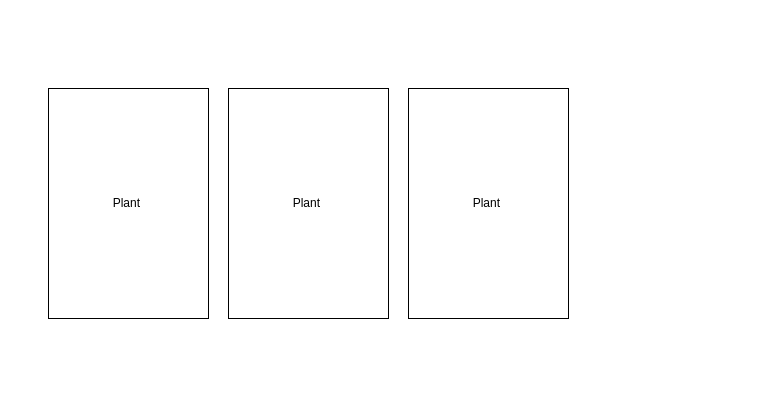
Earlier version of the draw.io diagram 03Documentations/Manuscript/objects_class.drawio (frank0434/Master). Source tidied: cells renumbered, new cells numbered last; positions are measured from the earlier drawing's top-left corner, leaving out a move shared by most shapes. Both pictures are drawn from the tidied source at 100%, with x=0, y=0 at pixel (48, 88).
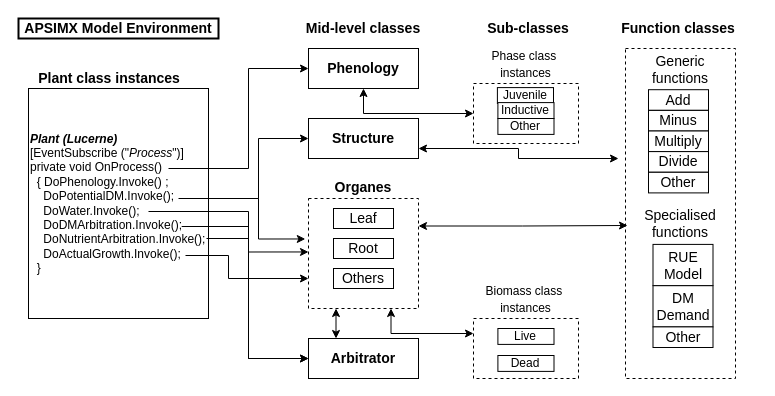
The same page after the edit.

Diff of the diagram source:
```diff
@@
+    <mxCell id="5" style="group;" parent="1" vertex="1">
+      <mxGeometry x="-30" y="-70" width="740" height="360" as="geometry" />
+    </mxCell>
-    <mxCell id="2" value="Plant&amp;nbsp;" style="rounded=0;whiteSpace=wrap;html=1;" parent="1" vertex="1">
-      <mxGeometry width="160" height="230" as="geometry" />
+    <mxCell id="2" value="&lt;div&gt;&lt;span&gt;&lt;i&gt;&lt;b&gt;Plant (Lucerne)&lt;/b&gt;&lt;/i&gt;&lt;/span&gt;&lt;/div&gt;&lt;div&gt;&lt;span&gt;[EventSubscribe (&quot;&lt;/span&gt;&lt;i&gt;Process&lt;/i&gt;&lt;span&gt;&quot;)]&lt;/span&gt;&lt;/div&gt;&lt;div&gt;&lt;span&gt;private void OnProcess()&lt;/span&gt;&lt;/div&gt;&lt;div&gt;&lt;span&gt;&amp;nbsp; { DoPhenology.Invoke() ;&lt;/span&gt;&lt;/div&gt;&lt;div&gt;&lt;span&gt;&lt;span&gt;&amp;nbsp; &amp;nbsp; DoPotentialDM.Invoke();&lt;/span&gt;&lt;br&gt;&lt;/span&gt;&lt;/div&gt;&lt;div&gt;&amp;nbsp; &amp;nbsp; DoWater.Invoke();&lt;span&gt;&lt;span&gt;&lt;br&gt;&lt;/span&gt;&lt;/span&gt;&lt;/div&gt;&lt;div&gt;&amp;nbsp; &amp;nbsp; DoDMArbitration.Invoke();&lt;br&gt;&lt;/div&gt;&lt;div&gt;&amp;nbsp; &amp;nbsp; DoNutrientArbitration.Invoke();&lt;br&gt;&lt;/div&gt;&lt;div&gt;&amp;nbsp; &amp;nbsp; DoActualGrowth.Invoke();&lt;br&gt;&lt;/div&gt;&lt;div&gt;&amp;nbsp; }&lt;/div&gt;" style="rounded=0;whiteSpace=wrap;html=1;align=left;" parent="5" vertex="1">
+      <mxGeometry x="10" y="70" width="180" height="230" as="geometry" />
     </mxCell>
-    <mxCell id="3" value="Plant&amp;nbsp;" style="rounded=0;whiteSpace=wrap;html=1;" parent="1" vertex="1">
-      <mxGeometry x="180" width="160" height="230" as="geometry" />
-    </mxCell>
-    <mxCell id="4" value="Plant&amp;nbsp;" style="rounded=0;whiteSpace=wrap;html=1;" parent="1" vertex="1">
-      <mxGeometry x="360" width="160" height="230" as="geometry" />
-    </mxCell>
+    <mxCell id="6" style="edgeStyle=orthogonalEdgeStyle;rounded=0;jettySize=auto;html=1;exitX=1;exitY=0.5;exitDx=0;exitDy=0;entryX=0;entryY=0.5;entryDx=0;entryDy=0;fontSize=12;" parent="5" edge="1" source="2" target="11">
+      <mxGeometry relative="1" as="geometry">
+        <Array as="points">
+          <mxPoint x="190" y="180" />
+          <mxPoint x="240" y="180" />
+          <mxPoint x="240" y="120" />
+        </Array>
+      </mxGeometry>
+    </mxCell>
+    <mxCell id="7" style="edgeStyle=orthogonalEdgeStyle;rounded=0;jettySize=auto;html=1;entryX=0;entryY=0.5;entryDx=0;entryDy=0;fontSize=12;" parent="5" edge="1" target="9">
+      <mxGeometry relative="1" as="geometry">
+        <mxPoint x="150" y="150" as="sourcePoint" />
+        <Array as="points">
+          <mxPoint x="230" y="150" />
+          <mxPoint x="230" y="50" />
+        </Array>
+      </mxGeometry>
+    </mxCell>
+    <mxCell id="8" value="Mid-level classes" style="text;html=1;strokeColor=none;fillColor=none;align=center;verticalAlign=middle;whiteSpace=wrap;rounded=0;fontSize=14;fontStyle=1;" parent="5" vertex="1">
+      <mxGeometry x="265" width="160" height="20" as="geometry" />
+    </mxCell>
+    <mxCell id="9" value="&lt;b&gt;Phenology&lt;/b&gt;" style="rounded=0;whiteSpace=wrap;html=1;fontSize=14;" parent="5" vertex="1">
+      <mxGeometry x="290" y="30" width="110" height="40" as="geometry" />
+    </mxCell>
+    <mxCell id="10" style="edgeStyle=orthogonalEdgeStyle;rounded=0;jettySize=auto;html=1;exitX=1;exitY=0.75;exitDx=0;exitDy=0;fontSize=12;startArrow=classic;startFill=1;endArrow=classic;endFill=1;" parent="5" edge="1" source="11">
+      <mxGeometry relative="1" as="geometry">
+        <mxPoint x="600" y="140" as="targetPoint" />
+        <Array as="points">
+          <mxPoint x="500" y="130" />
+          <mxPoint x="500" y="140" />
+        </Array>
+      </mxGeometry>
+    </mxCell>
+    <mxCell id="11" value="&lt;b&gt;Structure&lt;/b&gt;" style="rounded=0;whiteSpace=wrap;html=1;fontSize=14;" parent="5" vertex="1">
+      <mxGeometry x="290" y="100" width="110" height="40" as="geometry" />
+    </mxCell>
+    <mxCell id="12" value="&lt;b&gt;Arbitrator&lt;/b&gt;" style="rounded=0;whiteSpace=wrap;html=1;fontSize=14;" parent="5" vertex="1">
+      <mxGeometry x="290" y="320" width="110" height="40" as="geometry" />
+    </mxCell>
+    <mxCell id="13" value="Plant class instances&amp;nbsp;" style="text;html=1;strokeColor=none;fillColor=none;align=center;verticalAlign=middle;whiteSpace=wrap;rounded=0;fontSize=14;fontStyle=1;" parent="5" vertex="1">
+      <mxGeometry x="13" y="50" width="160" height="20" as="geometry" />
+    </mxCell>
+    <mxCell id="14" value="Sub-classes" style="text;html=1;strokeColor=none;fillColor=none;align=center;verticalAlign=middle;whiteSpace=wrap;rounded=0;fontSize=14;fontStyle=1;" parent="5" vertex="1">
+      <mxGeometry x="430" width="160" height="20" as="geometry" />
+    </mxCell>
+    <mxCell id="15" value="Function classes" style="text;html=1;strokeColor=none;fillColor=none;align=center;verticalAlign=middle;whiteSpace=wrap;rounded=0;fontSize=14;fontStyle=1;" parent="5" vertex="1">
+      <mxGeometry x="580" width="160" height="20" as="geometry" />
+    </mxCell>
+    <mxCell id="16" style="group;" parent="5" vertex="1">
+      <mxGeometry x="290" y="180" width="110" height="110" as="geometry" />
+    </mxCell>
+    <mxCell id="17" value="&lt;b&gt;Organes&lt;/b&gt;" style="rounded=0;whiteSpace=wrap;html=1;fontSize=14;verticalAlign=bottom;labelPosition=center;verticalLabelPosition=top;align=center;dashed=1;" parent="16" vertex="1">
+      <mxGeometry width="110" height="110" as="geometry" />
+    </mxCell>
+    <mxCell id="18" value="Leaf" style="rounded=0;whiteSpace=wrap;html=1;fontSize=14;verticalAlign=middle;" parent="16" vertex="1">
+      <mxGeometry x="25" y="10" width="60" height="20" as="geometry" />
+    </mxCell>
+    <mxCell id="19" value="Root" style="rounded=0;whiteSpace=wrap;html=1;fontSize=14;verticalAlign=middle;" parent="16" vertex="1">
+      <mxGeometry x="25" y="40" width="60" height="20" as="geometry" />
+    </mxCell>
+    <mxCell id="20" value="Others" style="rounded=0;whiteSpace=wrap;html=1;fontSize=14;verticalAlign=middle;" parent="16" vertex="1">
+      <mxGeometry x="25" y="70" width="60" height="20" as="geometry" />
+    </mxCell>
+    <mxCell id="21" style="group;" parent="5" vertex="1">
+      <mxGeometry x="607" y="30" width="115" height="330" as="geometry" />
+    </mxCell>
+    <mxCell id="22" style="rounded=0;whiteSpace=wrap;html=1;fontSize=14;verticalAlign=bottom;labelPosition=center;verticalLabelPosition=top;align=center;dashed=1;" parent="21" vertex="1">
+      <mxGeometry width="110" height="330" as="geometry" />
+    </mxCell>
+    <mxCell id="23" value="Add" style="rounded=0;whiteSpace=wrap;html=1;fontSize=14;verticalAlign=middle;" parent="21" vertex="1">
+      <mxGeometry x="23" y="41.2" width="60" height="20.6" as="geometry" />
+    </mxCell>
+    <mxCell id="24" value="Generic &lt;br&gt;functions" style="text;html=1;strokeColor=none;fillColor=none;align=center;verticalAlign=middle;whiteSpace=wrap;rounded=0;fontSize=14;" parent="21" vertex="1">
+      <mxGeometry x="-5" y="10.3" width="120" height="20.6" as="geometry" />
+    </mxCell>
+    <mxCell id="25" value="Minus" style="rounded=0;whiteSpace=wrap;html=1;fontSize=14;verticalAlign=middle;" parent="21" vertex="1">
+      <mxGeometry x="23" y="61.9" width="60" height="20.6" as="geometry" />
+    </mxCell>
+    <mxCell id="26" value="Multiply" style="rounded=0;whiteSpace=wrap;html=1;fontSize=14;verticalAlign=middle;" parent="21" vertex="1">
+      <mxGeometry x="23" y="82.5" width="60" height="20.6" as="geometry" />
+    </mxCell>
+    <mxCell id="27" value="Divide" style="rounded=0;whiteSpace=wrap;html=1;fontSize=14;verticalAlign=middle;" parent="21" vertex="1">
+      <mxGeometry x="23" y="103.1" width="60" height="20.6" as="geometry" />
+    </mxCell>
+    <mxCell id="28" value="Other" style="rounded=0;whiteSpace=wrap;html=1;fontSize=14;verticalAlign=middle;" parent="21" vertex="1">
+      <mxGeometry x="23" y="123.8" width="60" height="20.6" as="geometry" />
+    </mxCell>
+    <mxCell id="29" value="Specialised&lt;br&gt;functions" style="text;html=1;strokeColor=none;fillColor=none;align=center;verticalAlign=middle;whiteSpace=wrap;rounded=0;fontSize=14;" parent="21" vertex="1">
+      <mxGeometry x="-5" y="165" width="120" height="20.6" as="geometry" />
+    </mxCell>
+    <mxCell id="30" value="RUE&lt;br&gt;Model" style="rounded=0;whiteSpace=wrap;html=1;fontSize=14;verticalAlign=middle;" parent="21" vertex="1">
+      <mxGeometry x="27.5" y="195.9" width="60" height="41.2" as="geometry" />
+    </mxCell>
+    <mxCell id="31" value="DM&lt;br&gt;Demand" style="rounded=0;whiteSpace=wrap;html=1;fontSize=14;verticalAlign=middle;" parent="21" vertex="1">
+      <mxGeometry x="27.5" y="237.2" width="60" height="41.2" as="geometry" />
+    </mxCell>
+    <mxCell id="32" value="Other" style="rounded=0;whiteSpace=wrap;html=1;fontSize=14;verticalAlign=middle;" parent="21" vertex="1">
+      <mxGeometry x="27.5" y="278.4" width="60" height="20.6" as="geometry" />
+    </mxCell>
+    <mxCell id="33" style="group;" parent="5" vertex="1">
+      <mxGeometry x="455" y="65" width="105" height="60" as="geometry" />
+    </mxCell>
+    <mxCell id="34" value="&lt;font style=&quot;font-size: 12px&quot;&gt;Phase class&amp;nbsp;&lt;br&gt;instances&lt;/font&gt;" style="rounded=0;whiteSpace=wrap;html=1;fontSize=14;verticalAlign=bottom;labelPosition=center;verticalLabelPosition=top;align=center;dashed=1;" parent="33" vertex="1">
+      <mxGeometry width="105" height="60" as="geometry" />
+    </mxCell>
+    <mxCell id="35" value="Juvenile" style="rounded=0;whiteSpace=wrap;html=1;fontSize=12;verticalAlign=middle;" parent="33" vertex="1">
+      <mxGeometry x="23.9" y="4.1" width="56.1" height="15.9" as="geometry" />
+    </mxCell>
+    <mxCell id="36" value="Inductive" style="rounded=0;whiteSpace=wrap;html=1;fontSize=12;verticalAlign=middle;" parent="5" vertex="1">
+      <mxGeometry x="479.4" y="84.1" width="56.1" height="15.9" as="geometry" />
+    </mxCell>
+    <mxCell id="37" value="Other" style="rounded=0;whiteSpace=wrap;html=1;fontSize=12;verticalAlign=middle;" parent="5" vertex="1">
+      <mxGeometry x="479.4" y="100" width="56.1" height="15.9" as="geometry" />
+    </mxCell>
+    <mxCell id="38" style="group;" parent="5" vertex="1">
+      <mxGeometry x="455" y="300" width="105" height="60" as="geometry" />
+    </mxCell>
+    <mxCell id="39" value="&lt;font style=&quot;font-size: 12px&quot;&gt;Biomass class&amp;nbsp;&lt;br&gt;instances&lt;/font&gt;" style="rounded=0;whiteSpace=wrap;html=1;fontSize=14;verticalAlign=bottom;labelPosition=center;verticalLabelPosition=top;align=center;dashed=1;" parent="38" vertex="1">
+      <mxGeometry width="105" height="60" as="geometry" />
+    </mxCell>
+    <mxCell id="40" value="Live" style="rounded=0;whiteSpace=wrap;html=1;fontSize=12;verticalAlign=middle;" parent="38" vertex="1">
+      <mxGeometry x="24.4" y="10" width="56.1" height="15.9" as="geometry" />
+    </mxCell>
+    <mxCell id="41" value="Dead" style="rounded=0;whiteSpace=wrap;html=1;fontSize=12;verticalAlign=middle;" parent="38" vertex="1">
+      <mxGeometry x="24.4" y="37" width="56.1" height="15.9" as="geometry" />
+    </mxCell>
+    <mxCell id="42" value="APSIMX Model Environment" style="text;html=1;fillColor=none;align=center;verticalAlign=middle;whiteSpace=wrap;rounded=0;fontSize=14;fontStyle=1;strokeColor=#000000;strokeWidth=2;" parent="5" vertex="1">
+      <mxGeometry width="200" height="20" as="geometry" />
+    </mxCell>
+    <mxCell id="43" style="edgeStyle=orthogonalEdgeStyle;rounded=0;jettySize=auto;html=1;entryX=-0.029;entryY=0.368;entryDx=0;entryDy=0;entryPerimeter=0;fontSize=12;" parent="5" edge="1" target="17">
+      <mxGeometry relative="1" as="geometry">
+        <mxPoint x="160" y="180" as="sourcePoint" />
+        <Array as="points">
+          <mxPoint x="240" y="180" />
+          <mxPoint x="240" y="221" />
+        </Array>
+      </mxGeometry>
+    </mxCell>
+    <mxCell id="44" style="edgeStyle=orthogonalEdgeStyle;rounded=0;jettySize=auto;html=1;entryX=0;entryY=0.486;entryDx=0;entryDy=0;entryPerimeter=0;fontSize=12;" parent="5" edge="1" target="17">
+      <mxGeometry relative="1" as="geometry">
+        <mxPoint x="130" y="193" as="sourcePoint" />
+        <Array as="points">
+          <mxPoint x="230" y="193" />
+          <mxPoint x="230" y="233" />
+        </Array>
+      </mxGeometry>
+    </mxCell>
+    <mxCell id="45" style="edgeStyle=orthogonalEdgeStyle;rounded=0;jettySize=auto;html=1;entryX=0;entryY=0.5;entryDx=0;entryDy=0;fontSize=12;" parent="5" edge="1" target="12">
+      <mxGeometry relative="1" as="geometry">
+        <mxPoint x="163.2" y="208" as="sourcePoint" />
+        <Array as="points">
+          <mxPoint x="230" y="208" />
+          <mxPoint x="230" y="340" />
+        </Array>
+      </mxGeometry>
+    </mxCell>
+    <mxCell id="46" style="edgeStyle=orthogonalEdgeStyle;rounded=0;orthogonalLoop=1;jettySize=auto;html=1;fontSize=12;" parent="5" edge="1">
+      <mxGeometry relative="1" as="geometry">
+        <mxPoint x="188" y="220" as="sourcePoint" />
+        <mxPoint x="290" y="340" as="targetPoint" />
+        <Array as="points">
+          <mxPoint x="230" y="220" />
+          <mxPoint x="230" y="340" />
+        </Array>
+      </mxGeometry>
+    </mxCell>
+    <mxCell id="47" style="edgeStyle=orthogonalEdgeStyle;rounded=0;orthogonalLoop=1;jettySize=auto;html=1;fontSize=12;" parent="5" edge="1">
+      <mxGeometry relative="1" as="geometry">
+        <mxPoint x="167" y="237" as="sourcePoint" />
+        <mxPoint x="290" y="260" as="targetPoint" />
+        <Array as="points">
+          <mxPoint x="210" y="237" />
+          <mxPoint x="210" y="260" />
+        </Array>
+      </mxGeometry>
+    </mxCell>
+    <mxCell id="48" style="edgeStyle=orthogonalEdgeStyle;rounded=0;jettySize=auto;html=1;exitX=0;exitY=0.5;exitDx=0;exitDy=0;entryX=0.5;entryY=1;entryDx=0;entryDy=0;fontSize=12;startArrow=classic;startFill=1;" parent="5" edge="1" source="34" target="9">
+      <mxGeometry relative="1" as="geometry" />
+    </mxCell>
+    <mxCell id="49" style="edgeStyle=orthogonalEdgeStyle;rounded=0;jettySize=auto;html=1;exitX=1;exitY=0.25;exitDx=0;exitDy=0;fontSize=12;startArrow=classic;startFill=1;endArrow=classic;endFill=1;" parent="5" edge="1" source="17">
+      <mxGeometry relative="1" as="geometry">
+        <mxPoint x="609" y="207" as="targetPoint" />
+        <Array as="points">
+          <mxPoint x="504" y="207" />
+          <mxPoint x="609" y="207" />
+        </Array>
+      </mxGeometry>
+    </mxCell>
+    <mxCell id="50" style="edgeStyle=orthogonalEdgeStyle;rounded=0;jettySize=auto;html=1;exitX=0.75;exitY=1;exitDx=0;exitDy=0;entryX=0;entryY=0.25;entryDx=0;entryDy=0;fontSize=12;startArrow=classic;startFill=1;endArrow=classic;endFill=1;" parent="5" edge="1" source="17" target="39">
+      <mxGeometry relative="1" as="geometry" />
+    </mxCell>
+    <mxCell id="51" style="edgeStyle=orthogonalEdgeStyle;rounded=0;jettySize=auto;html=1;exitX=0.25;exitY=1;exitDx=0;exitDy=0;entryX=0.25;entryY=0;entryDx=0;entryDy=0;fontSize=12;startArrow=classic;startFill=1;endArrow=classic;endFill=1;" parent="5" edge="1" source="17" target="12">
+      <mxGeometry relative="1" as="geometry" />
+    </mxCell>
```
